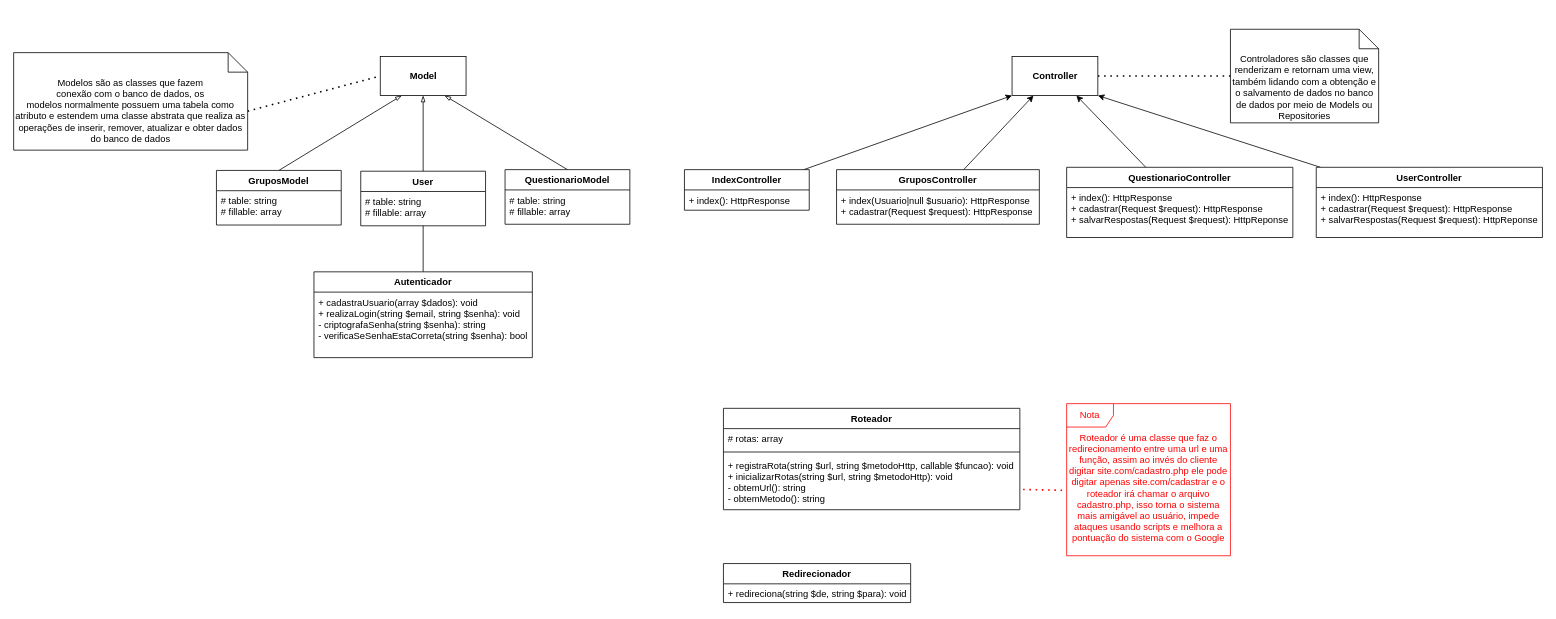
Above: Diagramas/Arquitetura de classes.drawio in pmarangon/Grupo-1-PI--Sa-de-e-Bem-Estar (draw.io), before the change. Source tidied: cells renumbered, new cells numbered last; positions are measured from the earlier drawing's top-left corner, leaving out a move shared by most shapes. Both pictures are drawn from the tidied source at 78%, with x=0, y=0 at pixel (13, 29).
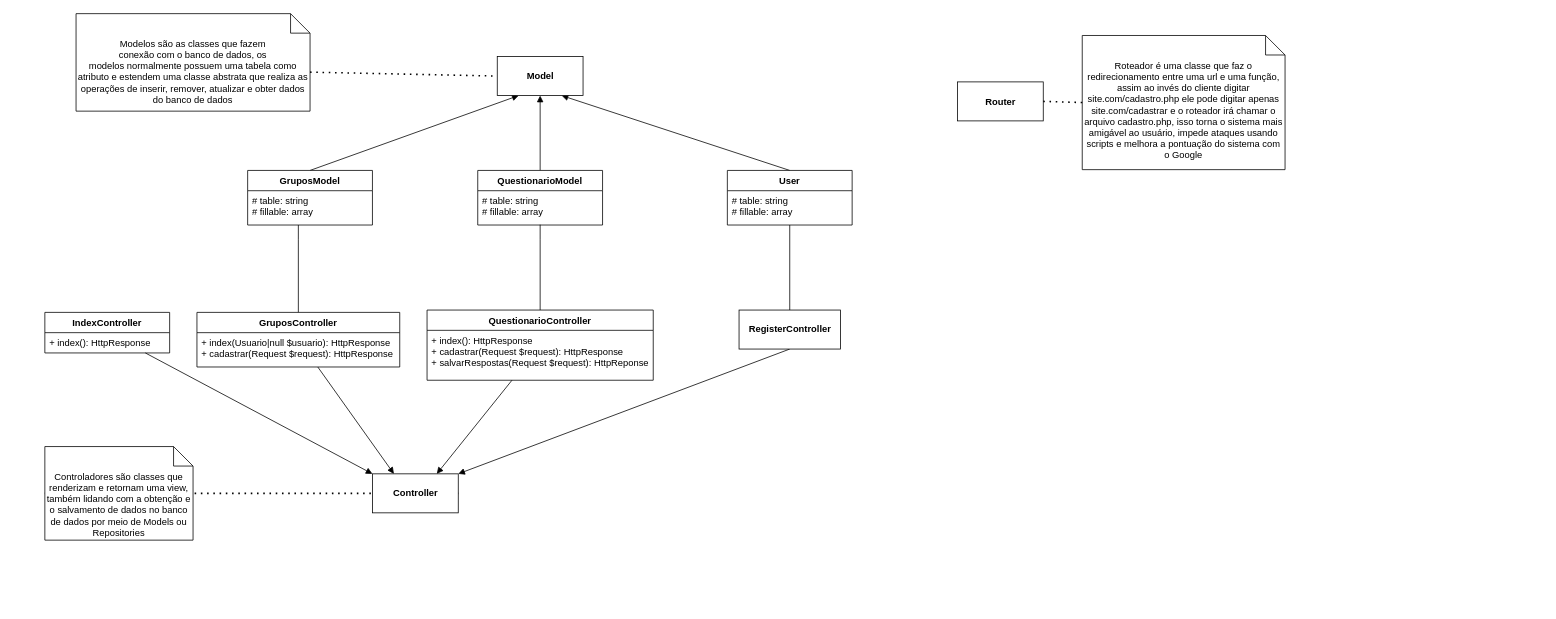
Above is the later version.

Commit message:
Melhora diagrama de classes para lidar com Laravel

Melhora o diagrama de arquitetura de classes para representar em mais
baixo nível os componentes do sistema adaptado a utilização do framework
Laravel

Unchanged cells that the change refers to:
```xml
<mxCell id="11" value="# table: string&#10;# fillable: array" style="text;strokeColor=none;fillColor=none;align=left;verticalAlign=top;spacingLeft=4;spacingRight=4;overflow=hidden;points=[[0,0.5],[1,0.5]];portConstraint=eastwest;" parent="10" vertex="1">
  <mxGeometry y="26" width="160" height="44" as="geometry" />
</mxCell>
```

What changed in the source:
```diff
@@
-    <mxCell id="2" style="rounded=0;jettySize=auto;html=1;exitX=0.5;exitY=0;exitDx=0;exitDy=0;entryX=0.25;entryY=1;entryDx=0;entryDy=0;endArrow=blockThin;endFill=0;" parent="1" edge="1" source="3" target="27">
+    <mxCell id="2" style="rounded=0;jettySize=auto;html=1;exitX=0.5;exitY=0;exitDx=0;exitDy=0;entryX=0.25;entryY=1;entryDx=0;entryDy=0;endArrow=block;endFill=1;startArrow=none;startFill=0;" parent="1" edge="1" source="3" target="27">
       <mxGeometry relative="1" as="geometry" />
     </mxCell>
+    <mxCell id="41" style="edgeStyle=orthogonalEdgeStyle;rounded=0;jettySize=auto;html=1;entryX=0.5;entryY=0;entryDx=0;entryDy=0;startArrow=none;startFill=0;endArrow=none;endFill=0;" parent="1" edge="1" source="3" target="33">
+      <mxGeometry relative="1" as="geometry">
+        <Array as="points">
+          <mxPoint x="365" y="270" />
+          <mxPoint x="365" y="270" />
+        </Array>
+      </mxGeometry>
+    </mxCell>
     <mxCell id="3" value="GruposModel" style="swimlane;fontStyle=1;align=center;verticalAlign=top;horizontal=1;startSize=26;" parent="1" vertex="1">
-      <mxGeometry x="260" y="181" width="160" height="70" as="geometry" />
+      <mxGeometry x="300" y="181" width="160" height="70" as="geometry" />
     </mxCell>
@@
-    <mxCell id="5" style="rounded=0;jettySize=auto;html=1;exitX=0.5;exitY=0;exitDx=0;exitDy=0;entryX=0.5;entryY=1;entryDx=0;entryDy=0;endArrow=blockThin;endFill=0;" parent="1" edge="1" source="7" target="27">
+    <mxCell id="5" style="rounded=0;jettySize=auto;html=1;exitX=0.5;exitY=0;exitDx=0;exitDy=0;entryX=0.75;entryY=1;entryDx=0;entryDy=0;endArrow=block;endFill=1;" parent="1" edge="1" source="7" target="27">
       <mxGeometry relative="1" as="geometry" />
     </mxCell>
-    <mxCell id="6" style="edgeStyle=orthogonalEdgeStyle;rounded=0;jettySize=auto;html=1;entryX=0.5;entryY=0;entryDx=0;entryDy=0;endArrow=none;endFill=0;" parent="1" edge="1" source="7" target="12">
-      <mxGeometry relative="1" as="geometry" />
-    </mxCell>
+    <mxCell id="42" style="edgeStyle=orthogonalEdgeStyle;rounded=0;jettySize=auto;html=1;startArrow=none;startFill=0;endArrow=none;endFill=0;entryX=0.5;entryY=0;entryDx=0;entryDy=0;" parent="1" edge="1" source="7" target="46">
+      <mxGeometry relative="1" as="geometry" />
+    </mxCell>
     <mxCell id="7" value="User" style="swimlane;fontStyle=1;align=center;verticalAlign=top;horizontal=1;startSize=26;" parent="1" vertex="1">
-      <mxGeometry x="445" y="182" width="160" height="70" as="geometry" />
+      <mxGeometry x="915" y="181" width="160" height="70" as="geometry" />
     </mxCell>
@@
-    <mxCell id="9" style="edgeStyle=none;rounded=0;jettySize=auto;html=1;exitX=0.5;exitY=0;exitDx=0;exitDy=0;entryX=0.75;entryY=1;entryDx=0;entryDy=0;endArrow=blockThin;endFill=0;" parent="1" edge="1" source="10" target="27">
+    <mxCell id="9" style="edgeStyle=none;rounded=0;jettySize=auto;html=1;exitX=0.5;exitY=0;exitDx=0;exitDy=0;endArrow=block;endFill=1;startArrow=none;startFill=0;entryX=0.5;entryY=1;entryDx=0;entryDy=0;" parent="1" edge="1" source="10" target="27">
       <mxGeometry relative="1" as="geometry" />
     </mxCell>
     <mxCell id="10" value="QuestionarioModel" style="swimlane;fontStyle=1;align=center;verticalAlign=top;horizontal=1;startSize=26;" parent="1" vertex="1">
-      <mxGeometry x="630" y="180" width="160" height="70" as="geometry" />
+      <mxGeometry x="595" y="181" width="160" height="70" as="geometry" />
     </mxCell>
@@
-    <mxCell id="12" value="Autenticador" style="swimlane;fontStyle=1;align=center;verticalAlign=top;horizontal=1;startSize=26;" parent="1" vertex="1">
-      <mxGeometry x="385" y="311" width="280" height="110" as="geometry" />
-    </mxCell>
-    <mxCell id="13" value="+ cadastraUsuario(array $dados): void&#10;+ realizaLogin(string $email, string $senha): void&#10;- criptografaSenha(string $senha): string&#10;- verificaSeSenhaEstaCorreta(string $senha): bool" style="text;strokeColor=none;fillColor=none;align=left;verticalAlign=top;spacingLeft=4;spacingRight=4;overflow=hidden;" parent="12" vertex="1">
-      <mxGeometry y="26" width="280" height="84" as="geometry" />
-    </mxCell>
-    <mxCell id="14" value="Roteador" style="swimlane;fontStyle=1;align=center;verticalAlign=top;horizontal=1;startSize=26;" parent="1" vertex="1">
-      <mxGeometry x="910" y="486" width="380" height="130" as="geometry" />
-    </mxCell>
-    <mxCell id="15" value="# rotas: array" style="text;strokeColor=none;fillColor=none;align=left;verticalAlign=top;spacingLeft=4;spacingRight=4;overflow=hidden;" parent="14" vertex="1">
-      <mxGeometry y="26" width="380" height="26" as="geometry" />
-    </mxCell>
-    <mxCell id="16" style="line;strokeWidth=1;fillColor=none;align=left;verticalAlign=middle;spacingTop=-1;spacingLeft=3;spacingRight=3;labelPosition=right;" parent="14" vertex="1">
-      <mxGeometry y="52" width="380" height="8" as="geometry" />
-    </mxCell>
-    <mxCell id="17" value="+ registraRota(string $url, string $metodoHttp, callable $funcao): void&#10;+ inicializarRotas(string $url, string $metodoHttp): void&#10;- obtemUrl(): string&#10;- obtemMetodo(): string&#10;" style="text;strokeColor=none;fillColor=none;align=left;verticalAlign=top;spacingLeft=4;spacingRight=4;overflow=hidden;points=[[0,0.5],[1,0.5]];portConstraint=eastwest;" parent="14" vertex="1">
-      <mxGeometry y="60" width="380" height="70" as="geometry" />
-    </mxCell>
-    <mxCell id="18" value="Redirecionador" style="swimlane;fontStyle=1;align=center;verticalAlign=top;horizontal=1;startSize=26;" parent="1" vertex="1">
-      <mxGeometry x="910" y="685" width="240" height="50" as="geometry" />
-    </mxCell>
-    <mxCell id="19" value="+ redireciona(string $de, string $para): void&#10;" style="text;strokeColor=none;fillColor=none;align=left;verticalAlign=top;spacingLeft=4;spacingRight=4;overflow=hidden;" parent="18" vertex="1">
-      <mxGeometry y="26" width="240" height="24" as="geometry" />
-    </mxCell>
@@
-    <mxCell id="21" value="Nota" style="shape=umlFrame;whiteSpace=wrap;html=1;fontColor=#FF0000;strokeColor=#FF0000;" parent="1" vertex="1">
-      <mxGeometry x="1350" y="480" width="210" height="195" as="geometry" />
-    </mxCell>
-    <mxCell id="22" value="Roteador é uma classe que faz o redirecionamento entre uma url e uma função, assim ao invés do cliente digitar site.com/cadastro.php ele pode digitar apenas site.com/cadastrar e o roteador irá chamar o arquivo cadastro.php, isso torna o sistema mais amigável ao usuário, impede ataques usando scripts e melhora a pontuação do sistema com o Google" style="text;html=1;strokeColor=none;fillColor=none;align=center;verticalAlign=middle;whiteSpace=wrap;rounded=0;fontColor=#FF0000;" parent="1" vertex="1">
-      <mxGeometry x="1350" y="520" width="210" height="135" as="geometry" />
-    </mxCell>
-    <mxCell id="23" style="endArrow=none;dashed=1;html=1;dashPattern=1 3;strokeWidth=2;exitX=1.011;exitY=0.629;exitDx=0;exitDy=0;entryX=-0.001;entryY=0.527;entryDx=0;entryDy=0;strokeColor=#FF0000;exitPerimeter=0;entryPerimeter=0;" parent="1" edge="1" source="17" target="22">
-      <mxGeometry relative="1" as="geometry" />
-    </mxCell>
@@
     <mxCell id="25" value="Modelos são as classes que fazem&lt;br&gt;conexão com o banco de dados, os&lt;br&gt;modelos normalmente possuem uma tabela como atributo e estendem uma classe abstrata que realiza as operações de inserir, remover, atualizar e obter dados do banco de dados" style="shape=note2;boundedLbl=1;whiteSpace=wrap;html=1;size=25;verticalAlign=top;align=center;" parent="1" vertex="1">
-      <mxGeometry y="30" width="300" height="125" as="geometry" />
+      <mxGeometry x="80" y="-20" width="300" height="125" as="geometry" />
     </mxCell>
-    <mxCell id="26" value="Controladores são classes que&lt;br&gt;renderizam e retornam uma view, também lidando com a obtenção e o salvamento de dados no banco de dados por meio de Models ou Repositories" style="shape=note2;boundedLbl=1;whiteSpace=wrap;html=1;size=25;verticalAlign=top;align=center;" parent="1" vertex="1">
-      <mxGeometry x="1560" width="190" height="120" as="geometry" />
-    </mxCell>
     <mxCell id="27" value="&lt;b&gt;Model&lt;/b&gt;" style="html=1;" parent="1" vertex="1">
-      <mxGeometry x="470" y="35" width="110" height="50" as="geometry" />
+      <mxGeometry x="620" y="35" width="110" height="50" as="geometry" />
     </mxCell>
     <mxCell id="28" value="&lt;b&gt;Controller&lt;/b&gt;" style="html=1;" parent="1" vertex="1">
-      <mxGeometry x="1280" y="35" width="110" height="50" as="geometry" />
+      <mxGeometry x="460" y="570" width="110" height="50" as="geometry" />
     </mxCell>
-    <mxCell id="29" style="edgeStyle=none;rounded=0;jettySize=auto;html=1;entryX=0;entryY=1;entryDx=0;entryDy=0;strokeColor=#000000;" parent="1" edge="1" source="30" target="28">
+    <mxCell id="29" style="edgeStyle=none;rounded=0;jettySize=auto;html=1;entryX=0;entryY=0;entryDx=0;entryDy=0;strokeColor=#000000;endArrow=block;endFill=1;startArrow=none;startFill=0;" parent="1" edge="1" source="30" target="28">
       <mxGeometry relative="1" as="geometry" />
     </mxCell>
     <mxCell id="30" value="IndexController" style="swimlane;fontStyle=1;align=center;verticalAlign=top;horizontal=1;startSize=26;" parent="1" vertex="1">
-      <mxGeometry x="860" y="180" width="160" height="52" as="geometry" />
+      <mxGeometry x="40" y="363" width="160" height="52" as="geometry" />
     </mxCell>
@@
-    <mxCell id="32" style="edgeStyle=none;rounded=0;jettySize=auto;html=1;entryX=0.25;entryY=1;entryDx=0;entryDy=0;strokeColor=#000000;" parent="1" edge="1" source="33" target="28">
+    <mxCell id="32" style="edgeStyle=none;rounded=0;jettySize=auto;html=1;entryX=0.25;entryY=0;entryDx=0;entryDy=0;strokeColor=#000000;endArrow=block;endFill=1;startArrow=none;startFill=0;" parent="1" edge="1" source="33" target="28">
       <mxGeometry relative="1" as="geometry" />
     </mxCell>
     <mxCell id="33" value="GruposController" style="swimlane;fontStyle=1;align=center;verticalAlign=top;horizontal=1;startSize=26;" parent="1" vertex="1">
-      <mxGeometry x="1055" y="180" width="260" height="70" as="geometry" />
+      <mxGeometry x="235" y="363" width="260" height="70" as="geometry" />
     </mxCell>
@@
-    <mxCell id="35" style="edgeStyle=none;rounded=0;jettySize=auto;html=1;entryX=0.75;entryY=1;entryDx=0;entryDy=0;strokeColor=#000000;" parent="1" edge="1" source="36" target="28">
+    <mxCell id="35" style="edgeStyle=none;rounded=0;jettySize=auto;html=1;entryX=0.75;entryY=0;entryDx=0;entryDy=0;strokeColor=#000000;endArrow=block;endFill=1;startArrow=none;startFill=0;" parent="1" edge="1" source="36" target="28">
       <mxGeometry relative="1" as="geometry" />
     </mxCell>
     <mxCell id="36" value="QuestionarioController" style="swimlane;fontStyle=1;align=center;verticalAlign=top;horizontal=1;startSize=26;" parent="1" vertex="1">
-      <mxGeometry x="1350" y="177" width="290" height="90" as="geometry" />
+      <mxGeometry x="530" y="360" width="290" height="90" as="geometry" />
     </mxCell>
@@
-    <mxCell id="38" style="edgeStyle=none;rounded=0;jettySize=auto;html=1;entryX=1;entryY=1;entryDx=0;entryDy=0;strokeColor=#000000;" parent="1" edge="1" source="39" target="28">
+    <mxCell id="38" style="edgeStyle=none;rounded=0;jettySize=auto;html=1;entryX=1;entryY=0;entryDx=0;entryDy=0;strokeColor=#000000;endArrow=block;endFill=1;startArrow=none;startFill=0;exitX=0.5;exitY=1;exitDx=0;exitDy=0;" parent="1" edge="1" source="46" target="28">
       <mxGeometry relative="1" as="geometry" />
     </mxCell>
-    <mxCell id="39" value="UserController" style="swimlane;fontStyle=1;align=center;verticalAlign=top;horizontal=1;startSize=26;" parent="1" vertex="1">
-      <mxGeometry x="1670" y="177" width="290" height="90" as="geometry" />
-    </mxCell>
-    <mxCell id="40" value="+ index(): HttpResponse&#10;+ cadastrar(Request $request): HttpResponse&#10;+ salvarRespostas(Request $request): HttpReponse" style="text;strokeColor=none;fillColor=none;align=left;verticalAlign=top;spacingLeft=4;spacingRight=4;overflow=hidden;" parent="39" vertex="1">
-      <mxGeometry y="26" width="290" height="64" as="geometry" />
-    </mxCell>
+    <mxCell id="43" value="Router" style="html=1;fontStyle=1;" parent="1" vertex="1">
+      <mxGeometry x="1210" y="67.5" width="110" height="50" as="geometry" />
+    </mxCell>
+    <mxCell id="22" value="Roteador é uma classe que faz o redirecionamento entre uma url e uma função, assim ao invés do cliente digitar site.com/cadastro.php ele pode digitar apenas site.com/cadastrar e o roteador irá chamar o arquivo cadastro.php, isso torna o sistema mais amigável ao usuário, impede ataques usando scripts e melhora a pontuação do sistema com o Google" style="shape=note2;boundedLbl=1;whiteSpace=wrap;html=1;size=25;verticalAlign=top;align=center;" parent="1" vertex="1">
+      <mxGeometry x="1370" y="8" width="260" height="172" as="geometry" />
+    </mxCell>
+    <mxCell id="44" style="endArrow=none;dashed=1;html=1;dashPattern=1 3;strokeWidth=2;exitX=1;exitY=0.5;exitDx=0;exitDy=0;strokeColor=#000000;entryX=0;entryY=0.5;entryDx=0;entryDy=0;entryPerimeter=0;" parent="1" edge="1" source="43" target="22">
+      <mxGeometry relative="1" as="geometry" />
+    </mxCell>
+    <mxCell id="26" value="Controladores são classes que&lt;br&gt;renderizam e retornam uma view, também lidando com a obtenção e o salvamento de dados no banco de dados por meio de Models ou Repositories" style="shape=note2;boundedLbl=1;whiteSpace=wrap;html=1;size=25;verticalAlign=top;align=center;" parent="1" vertex="1">
+      <mxGeometry x="40" y="535" width="190" height="120" as="geometry" />
+    </mxCell>
+    <mxCell id="45" style="edgeStyle=orthogonalEdgeStyle;rounded=0;jettySize=auto;html=1;entryX=0.5;entryY=0;entryDx=0;entryDy=0;startArrow=none;startFill=0;endArrow=none;endFill=0;exitX=0.5;exitY=0.991;exitDx=0;exitDy=0;exitPerimeter=0;" parent="1" edge="1" source="11" target="36">
+      <mxGeometry relative="1" as="geometry">
+        <Array as="points">
+          <mxPoint x="675" y="270" />
+          <mxPoint x="675" y="270" />
+        </Array>
+      </mxGeometry>
+    </mxCell>
+    <mxCell id="46" value="&lt;b&gt;RegisterController&lt;/b&gt;" style="html=1;" parent="1" vertex="1">
+      <mxGeometry x="930" y="360" width="130" height="50" as="geometry" />
+    </mxCell>
```
